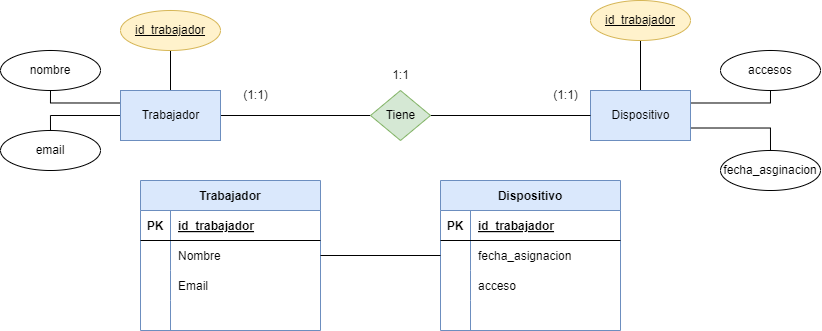
Before: tareas/Unidad-2/tarea-3/images/ejercicio3.drawio.png, a diagram exported from draw.io (aguemarrero/base-datos). Source tidied: cells renumbered, new cells last; positions are measured from the earlier drawing's top-left corner, leaving out a move shared by most shapes. Source of this version:
```xml
<mxGraphModel>
  <root>
    <mxCell id="0" />
    <mxCell id="1" parent="0" />
    <mxCell id="2" style="edgeStyle=none;html=1;exitX=1;exitY=0.5;exitDx=0;exitDy=0;rounded=0;endArrow=none;endFill=0;" parent="1" edge="1" source="6" target="12">
      <mxGeometry relative="1" as="geometry" />
    </mxCell>
    <mxCell id="3" style="edgeStyle=none;rounded=0;html=1;exitX=0.5;exitY=0;exitDx=0;exitDy=0;entryX=0.5;entryY=1;entryDx=0;entryDy=0;endArrow=none;endFill=0;" parent="1" edge="1" source="6" target="16">
      <mxGeometry relative="1" as="geometry" />
    </mxCell>
    <mxCell id="4" style="edgeStyle=orthogonalEdgeStyle;rounded=0;html=1;exitX=0;exitY=0.25;exitDx=0;exitDy=0;entryX=0.5;entryY=1;entryDx=0;entryDy=0;endArrow=none;endFill=0;" parent="1" edge="1" source="6" target="17">
      <mxGeometry relative="1" as="geometry" />
    </mxCell>
    <mxCell id="5" style="edgeStyle=orthogonalEdgeStyle;rounded=0;html=1;exitX=0;exitY=0.5;exitDx=0;exitDy=0;entryX=0.5;entryY=0;entryDx=0;entryDy=0;endArrow=none;endFill=0;" parent="1" edge="1" source="6" target="18">
      <mxGeometry relative="1" as="geometry" />
    </mxCell>
    <mxCell id="6" value="Trabajador" style="html=1;dashed=0;whitespace=wrap;fillColor=#dae8fc;strokeColor=#6c8ebf;" parent="1" vertex="1">
      <mxGeometry x="120" y="90" width="100" height="50" as="geometry" />
    </mxCell>
    <mxCell id="7" style="edgeStyle=orthogonalEdgeStyle;rounded=0;html=1;exitX=0.5;exitY=0;exitDx=0;exitDy=0;entryX=0.5;entryY=1;entryDx=0;entryDy=0;endArrow=none;endFill=0;" parent="1" edge="1" source="10" target="19">
      <mxGeometry relative="1" as="geometry" />
    </mxCell>
    <mxCell id="8" style="edgeStyle=orthogonalEdgeStyle;rounded=0;html=1;exitX=1;exitY=0.25;exitDx=0;exitDy=0;entryX=0.5;entryY=1;entryDx=0;entryDy=0;endArrow=none;endFill=0;" parent="1" edge="1" source="10" target="47">
      <mxGeometry relative="1" as="geometry" />
    </mxCell>
    <mxCell id="9" style="edgeStyle=orthogonalEdgeStyle;rounded=0;html=1;exitX=1;exitY=0.75;exitDx=0;exitDy=0;endArrow=none;endFill=0;" parent="1" edge="1" source="10">
      <mxGeometry relative="1" as="geometry">
        <mxPoint x="770" y="150" as="targetPoint" />
      </mxGeometry>
    </mxCell>
    <mxCell id="10" value="Dispositivo" style="html=1;dashed=0;whitespace=wrap;fillColor=#dae8fc;strokeColor=#6c8ebf;" parent="1" vertex="1">
      <mxGeometry x="590" y="90" width="100" height="50" as="geometry" />
    </mxCell>
    <mxCell id="11" style="edgeStyle=none;rounded=0;html=1;exitX=1;exitY=0.5;exitDx=0;exitDy=0;endArrow=none;endFill=0;" parent="1" edge="1" source="12" target="10">
      <mxGeometry relative="1" as="geometry" />
    </mxCell>
    <mxCell id="12" value="Tiene" style="shape=rhombus;html=1;dashed=0;whitespace=wrap;perimeter=rhombusPerimeter;fillColor=#d5e8d4;strokeColor=#82b366;" parent="1" vertex="1">
      <mxGeometry x="370" y="90" width="60" height="50" as="geometry" />
    </mxCell>
    <mxCell id="13" value="(1:1)" style="text;html=1;align=center;verticalAlign=middle;strokeColor=none;fillColor=none;" parent="1" vertex="1">
      <mxGeometry x="540" y="80" width="50" height="30" as="geometry" />
    </mxCell>
    <mxCell id="14" value="(1:1)" style="text;html=1;align=center;verticalAlign=middle;strokeColor=none;fillColor=none;" parent="1" vertex="1">
      <mxGeometry x="230" y="80" width="50" height="30" as="geometry" />
    </mxCell>
    <mxCell id="15" value="1:1" style="text;html=1;align=center;verticalAlign=middle;strokeColor=none;fillColor=none;" parent="1" vertex="1">
      <mxGeometry x="380" y="60" width="40" height="30" as="geometry" />
    </mxCell>
    <mxCell id="16" value="id_trabajador" style="ellipse;whiteSpace=wrap;html=1;align=center;fontStyle=4;fillColor=#fff2cc;strokeColor=#d6b656;" parent="1" vertex="1">
      <mxGeometry x="120" y="10" width="100" height="40" as="geometry" />
    </mxCell>
    <mxCell id="17" value="nombre" style="ellipse;whiteSpace=wrap;html=1;align=center;" parent="1" vertex="1">
      <mxGeometry y="50" width="100" height="40" as="geometry" />
    </mxCell>
    <mxCell id="18" value="email" style="ellipse;whiteSpace=wrap;html=1;align=center;" parent="1" vertex="1">
      <mxGeometry y="130" width="100" height="40" as="geometry" />
    </mxCell>
    <mxCell id="19" value="id_trabajador" style="ellipse;whiteSpace=wrap;html=1;align=center;fontStyle=4;fillColor=#fff2cc;strokeColor=#d6b656;" parent="1" vertex="1">
      <mxGeometry x="590" width="100" height="40" as="geometry" />
    </mxCell>
    <mxCell id="20" value="Trabajador" style="shape=table;startSize=30;rowLines=0;fontStyle=1;align=center;fillColor=#dae8fc;strokeColor=#6c8ebf;" parent="1" vertex="1">
      <mxGeometry x="140" y="180" width="180" height="150" as="geometry" />
    </mxCell>
    <mxCell id="21" style="shape=tableRow;horizontal=0;startSize=0;swimlaneHead=0;swimlaneBody=0;fillColor=none;top=0;left=0;right=0;bottom=1;" parent="20" vertex="1">
      <mxGeometry y="30" width="180" height="30" as="geometry" />
    </mxCell>
    <mxCell id="22" value="PK" style="shape=partialRectangle;fillColor=none;top=0;left=0;bottom=0;right=0;fontStyle=1;overflow=hidden;" parent="21" vertex="1">
      <mxGeometry width="30" height="30" as="geometry" />
    </mxCell>
    <mxCell id="23" value="id_trabajador" style="shape=partialRectangle;fillColor=none;top=0;left=0;bottom=0;right=0;align=left;spacingLeft=6;fontStyle=5;overflow=hidden;" parent="21" vertex="1">
      <mxGeometry x="30" width="150" height="30" as="geometry" />
    </mxCell>
    <mxCell id="24" style="shape=tableRow;horizontal=0;startSize=0;swimlaneHead=0;swimlaneBody=0;fillColor=none;points=[[0,0.5],[1,0.5]];portConstraint=eastwest;top=0;left=0;right=0;bottom=0;" parent="20" vertex="1">
      <mxGeometry y="60" width="180" height="30" as="geometry" />
    </mxCell>
    <mxCell id="25" style="shape=partialRectangle;fillColor=none;top=0;left=0;bottom=0;right=0;overflow=hidden;" parent="24" vertex="1">
      <mxGeometry width="30" height="30" as="geometry" />
    </mxCell>
    <mxCell id="26" value="Nombre" style="shape=partialRectangle;fillColor=none;top=0;left=0;bottom=0;right=0;align=left;spacingLeft=6;overflow=hidden;" parent="24" vertex="1">
      <mxGeometry x="30" width="150" height="30" as="geometry" />
    </mxCell>
    <mxCell id="27" style="shape=tableRow;horizontal=0;startSize=0;swimlaneHead=0;swimlaneBody=0;fillColor=none;top=0;left=0;right=0;bottom=0;" parent="20" vertex="1">
      <mxGeometry y="90" width="180" height="30" as="geometry" />
    </mxCell>
    <mxCell id="28" style="shape=partialRectangle;fillColor=none;top=0;left=0;bottom=0;right=0;overflow=hidden;" parent="27" vertex="1">
      <mxGeometry width="30" height="30" as="geometry" />
    </mxCell>
    <mxCell id="29" value="Email" style="shape=partialRectangle;fillColor=none;top=0;left=0;bottom=0;right=0;align=left;spacingLeft=6;overflow=hidden;" parent="27" vertex="1">
      <mxGeometry x="30" width="150" height="30" as="geometry" />
    </mxCell>
    <mxCell id="30" style="shape=tableRow;horizontal=0;startSize=0;swimlaneHead=0;swimlaneBody=0;fillColor=none;top=0;left=0;right=0;bottom=0;" parent="20" vertex="1">
      <mxGeometry y="120" width="180" height="30" as="geometry" />
    </mxCell>
    <mxCell id="31" style="shape=partialRectangle;fillColor=none;top=0;left=0;bottom=0;right=0;overflow=hidden;" parent="30" vertex="1">
      <mxGeometry width="30" height="30" as="geometry" />
    </mxCell>
    <mxCell id="32" style="shape=partialRectangle;fillColor=none;top=0;left=0;bottom=0;right=0;align=left;spacingLeft=6;overflow=hidden;" parent="30" vertex="1">
      <mxGeometry x="30" width="150" height="30" as="geometry" />
    </mxCell>
    <mxCell id="33" value="Dispositivo" style="shape=table;startSize=30;rowLines=0;fontStyle=1;align=center;fillColor=#dae8fc;strokeColor=#6c8ebf;" parent="1" vertex="1">
      <mxGeometry x="440" y="180" width="180" height="150" as="geometry" />
    </mxCell>
    <mxCell id="34" style="shape=tableRow;horizontal=0;startSize=0;swimlaneHead=0;swimlaneBody=0;fillColor=none;top=0;left=0;right=0;bottom=1;" parent="33" vertex="1">
      <mxGeometry y="30" width="180" height="30" as="geometry" />
    </mxCell>
    <mxCell id="35" value="PK" style="shape=partialRectangle;fillColor=none;top=0;left=0;bottom=0;right=0;fontStyle=1;overflow=hidden;" parent="34" vertex="1">
      <mxGeometry width="30" height="30" as="geometry" />
    </mxCell>
    <mxCell id="36" value="id_trabajador" style="shape=partialRectangle;fillColor=none;top=0;left=0;bottom=0;right=0;align=left;spacingLeft=6;fontStyle=5;overflow=hidden;" parent="34" vertex="1">
      <mxGeometry x="30" width="150" height="30" as="geometry" />
    </mxCell>
    <mxCell id="37" style="shape=tableRow;horizontal=0;startSize=0;swimlaneHead=0;swimlaneBody=0;fillColor=none;top=0;left=0;right=0;bottom=0;" parent="33" vertex="1">
      <mxGeometry y="60" width="180" height="30" as="geometry" />
    </mxCell>
    <mxCell id="38" style="shape=partialRectangle;fillColor=none;top=0;left=0;bottom=0;right=0;overflow=hidden;" parent="37" vertex="1">
      <mxGeometry width="30" height="30" as="geometry" />
    </mxCell>
    <mxCell id="39" value="fecha_asignacion" style="shape=partialRectangle;fillColor=none;top=0;left=0;bottom=0;right=0;align=left;spacingLeft=6;overflow=hidden;" parent="37" vertex="1">
      <mxGeometry x="30" width="150" height="30" as="geometry" />
    </mxCell>
    <mxCell id="40" style="shape=tableRow;horizontal=0;startSize=0;swimlaneHead=0;swimlaneBody=0;fillColor=none;top=0;left=0;right=0;bottom=0;" parent="33" vertex="1">
      <mxGeometry y="90" width="180" height="30" as="geometry" />
    </mxCell>
    <mxCell id="41" style="shape=partialRectangle;fillColor=none;top=0;left=0;bottom=0;right=0;overflow=hidden;" parent="40" vertex="1">
      <mxGeometry width="30" height="30" as="geometry" />
    </mxCell>
    <mxCell id="42" value="acceso" style="shape=partialRectangle;fillColor=none;top=0;left=0;bottom=0;right=0;align=left;spacingLeft=6;overflow=hidden;" parent="40" vertex="1">
      <mxGeometry x="30" width="150" height="30" as="geometry" />
    </mxCell>
    <mxCell id="43" style="shape=tableRow;horizontal=0;startSize=0;swimlaneHead=0;swimlaneBody=0;fillColor=none;top=0;left=0;right=0;bottom=0;" parent="33" vertex="1">
      <mxGeometry y="120" width="180" height="30" as="geometry" />
    </mxCell>
    <mxCell id="44" style="shape=partialRectangle;fillColor=none;top=0;left=0;bottom=0;right=0;overflow=hidden;" parent="43" vertex="1">
      <mxGeometry width="30" height="30" as="geometry" />
    </mxCell>
    <mxCell id="45" style="shape=partialRectangle;fillColor=none;top=0;left=0;bottom=0;right=0;align=left;spacingLeft=6;overflow=hidden;" parent="43" vertex="1">
      <mxGeometry x="30" width="150" height="30" as="geometry" />
    </mxCell>
    <mxCell id="46" style="edgeStyle=orthogonalEdgeStyle;rounded=0;html=1;exitX=1;exitY=0.5;exitDx=0;exitDy=0;entryX=0;entryY=0.5;entryDx=0;entryDy=0;endArrow=none;endFill=0;" parent="1" edge="1" source="24" target="33">
      <mxGeometry relative="1" as="geometry" />
    </mxCell>
    <mxCell id="47" value="accesos" style="ellipse;whiteSpace=wrap;html=1;align=center;" parent="1" vertex="1">
      <mxGeometry x="720" y="50" width="100" height="40" as="geometry" />
    </mxCell>
    <mxCell id="48" value="fecha_asginacion" style="ellipse;whiteSpace=wrap;html=1;align=center;" parent="1" vertex="1">
      <mxGeometry x="720" y="150" width="100" height="40" as="geometry" />
    </mxCell>
  </root>
</mxGraphModel>
```
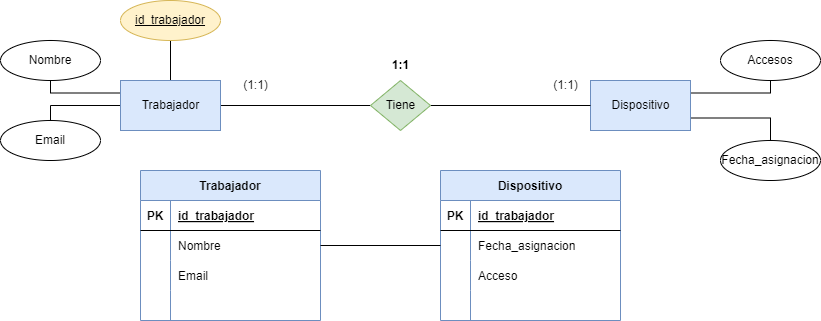
Later version of the same file.

What changed in the source:
```diff
@@ -17,9 +17,6 @@
     <mxCell id="6" value="Trabajador" style="html=1;dashed=0;whitespace=wrap;fillColor=#dae8fc;strokeColor=#6c8ebf;" parent="1" vertex="1">
       <mxGeometry x="120" y="90" width="100" height="50" as="geometry" />
     </mxCell>
-    <mxCell id="7" style="edgeStyle=orthogonalEdgeStyle;rounded=0;html=1;exitX=0.5;exitY=0;exitDx=0;exitDy=0;entryX=0.5;entryY=1;entryDx=0;entryDy=0;endArrow=none;endFill=0;" parent="1" edge="1" source="10" target="19">
-      <mxGeometry relative="1" as="geometry" />
-    </mxCell>
     <mxCell id="8" style="edgeStyle=orthogonalEdgeStyle;rounded=0;html=1;exitX=1;exitY=0.25;exitDx=0;exitDy=0;entryX=0.5;entryY=1;entryDx=0;entryDy=0;endArrow=none;endFill=0;" parent="1" edge="1" source="10" target="47">
       <mxGeometry relative="1" as="geometry" />
     </mxCell>
@@ -43,21 +40,18 @@
     <mxCell id="14" value="(1:1)" style="text;html=1;align=center;verticalAlign=middle;strokeColor=none;fillColor=none;" parent="1" vertex="1">
       <mxGeometry x="230" y="80" width="50" height="30" as="geometry" />
     </mxCell>
-    <mxCell id="15" value="1:1" style="text;html=1;align=center;verticalAlign=middle;strokeColor=none;fillColor=none;" parent="1" vertex="1">
+    <mxCell id="15" value="1:1" style="text;html=1;align=center;verticalAlign=middle;strokeColor=none;fillColor=none;fontStyle=1;" parent="1" vertex="1">
       <mxGeometry x="380" y="60" width="40" height="30" as="geometry" />
     </mxCell>
     <mxCell id="16" value="id_trabajador" style="ellipse;whiteSpace=wrap;html=1;align=center;fontStyle=4;fillColor=#fff2cc;strokeColor=#d6b656;" parent="1" vertex="1">
       <mxGeometry x="120" y="10" width="100" height="40" as="geometry" />
     </mxCell>
-    <mxCell id="17" value="nombre" style="ellipse;whiteSpace=wrap;html=1;align=center;" parent="1" vertex="1">
+    <mxCell id="17" value="Nombre" style="ellipse;whiteSpace=wrap;html=1;align=center;" parent="1" vertex="1">
       <mxGeometry y="50" width="100" height="40" as="geometry" />
     </mxCell>
-    <mxCell id="18" value="email" style="ellipse;whiteSpace=wrap;html=1;align=center;" parent="1" vertex="1">
+    <mxCell id="18" value="Email" style="ellipse;whiteSpace=wrap;html=1;align=center;" parent="1" vertex="1">
       <mxGeometry y="130" width="100" height="40" as="geometry" />
     </mxCell>
-    <mxCell id="19" value="id_trabajador" style="ellipse;whiteSpace=wrap;html=1;align=center;fontStyle=4;fillColor=#fff2cc;strokeColor=#d6b656;" parent="1" vertex="1">
-      <mxGeometry x="590" width="100" height="40" as="geometry" />
-    </mxCell>
     <mxCell id="20" value="Trabajador" style="shape=table;startSize=30;rowLines=0;fontStyle=1;align=center;fillColor=#dae8fc;strokeColor=#6c8ebf;" parent="1" vertex="1">
       <mxGeometry x="140" y="180" width="180" height="150" as="geometry" />
     </mxCell>
@@ -115,7 +109,7 @@
     <mxCell id="38" style="shape=partialRectangle;fillColor=none;top=0;left=0;bottom=0;right=0;overflow=hidden;" parent="37" vertex="1">
       <mxGeometry width="30" height="30" as="geometry" />
     </mxCell>
-    <mxCell id="39" value="fecha_asignacion" style="shape=partialRectangle;fillColor=none;top=0;left=0;bottom=0;right=0;align=left;spacingLeft=6;overflow=hidden;" parent="37" vertex="1">
+    <mxCell id="39" value="Fecha_asignacion" style="shape=partialRectangle;fillColor=none;top=0;left=0;bottom=0;right=0;align=left;spacingLeft=6;overflow=hidden;" parent="37" vertex="1">
       <mxGeometry x="30" width="150" height="30" as="geometry" />
     </mxCell>
     <mxCell id="40" style="shape=tableRow;horizontal=0;startSize=0;swimlaneHead=0;swimlaneBody=0;fillColor=none;top=0;left=0;right=0;bottom=0;" parent="33" vertex="1">
@@ -124,7 +118,7 @@
     <mxCell id="41" style="shape=partialRectangle;fillColor=none;top=0;left=0;bottom=0;right=0;overflow=hidden;" parent="40" vertex="1">
       <mxGeometry width="30" height="30" as="geometry" />
     </mxCell>
-    <mxCell id="42" value="acceso" style="shape=partialRectangle;fillColor=none;top=0;left=0;bottom=0;right=0;align=left;spacingLeft=6;overflow=hidden;" parent="40" vertex="1">
+    <mxCell id="42" value="Acceso" style="shape=partialRectangle;fillColor=none;top=0;left=0;bottom=0;right=0;align=left;spacingLeft=6;overflow=hidden;" parent="40" vertex="1">
       <mxGeometry x="30" width="150" height="30" as="geometry" />
     </mxCell>
     <mxCell id="43" style="shape=tableRow;horizontal=0;startSize=0;swimlaneHead=0;swimlaneBody=0;fillColor=none;top=0;left=0;right=0;bottom=0;" parent="33" vertex="1">
@@ -139,10 +133,10 @@
     <mxCell id="46" style="edgeStyle=orthogonalEdgeStyle;rounded=0;html=1;exitX=1;exitY=0.5;exitDx=0;exitDy=0;entryX=0;entryY=0.5;entryDx=0;entryDy=0;endArrow=none;endFill=0;" parent="1" edge="1" source="24" target="33">
       <mxGeometry relative="1" as="geometry" />
     </mxCell>
-    <mxCell id="47" value="accesos" style="ellipse;whiteSpace=wrap;html=1;align=center;" parent="1" vertex="1">
+    <mxCell id="47" value="Accesos" style="ellipse;whiteSpace=wrap;html=1;align=center;" parent="1" vertex="1">
       <mxGeometry x="720" y="50" width="100" height="40" as="geometry" />
     </mxCell>
-    <mxCell id="48" value="fecha_asginacion" style="ellipse;whiteSpace=wrap;html=1;align=center;" parent="1" vertex="1">
+    <mxCell id="48" value="Fecha_asignacion" style="ellipse;whiteSpace=wrap;html=1;align=center;" parent="1" vertex="1">
       <mxGeometry x="720" y="150" width="100" height="40" as="geometry" />
     </mxCell>
   </root>
```
